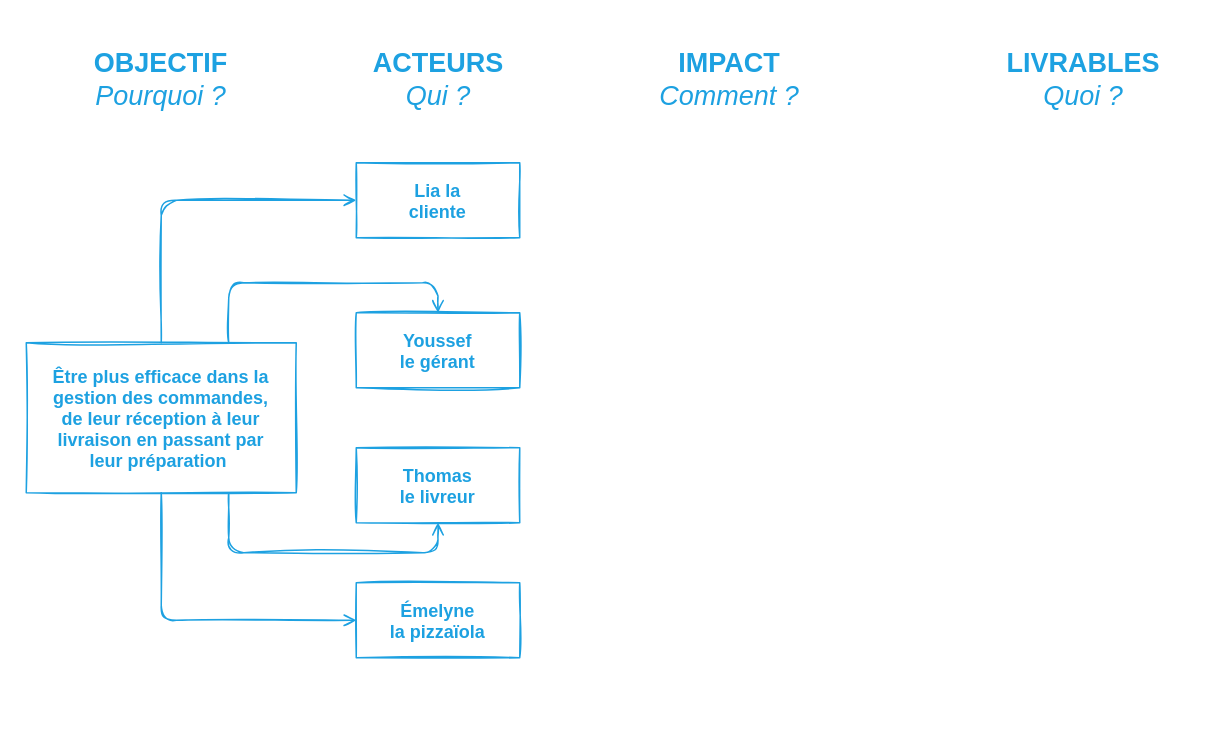
Earlier version of the draw.io diagram img/figure_impact-mapping.dio (centvingt/OCPizzaRedaction). Source tidied: cells renumbered, new cells numbered last; positions are measured from the earlier drawing's top-left corner, leaving out a move shared by most shapes. Both pictures are drawn from the tidied source at 150%, with x=0, y=0 at pixel (26, 42).
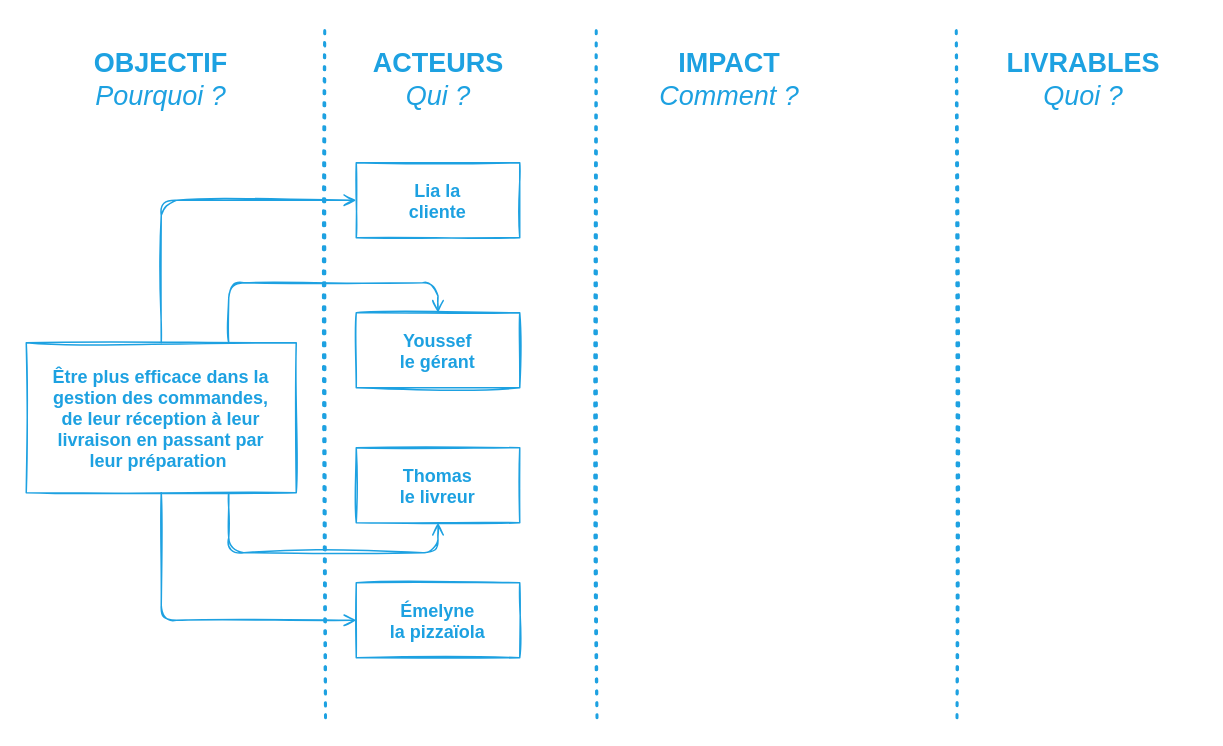
The same page after the edit.

Change to the diagram source:
```diff
@@
+    <mxCell id="15" style="endArrow=none;dashed=1;html=1;dashPattern=1 3;strokeWidth=2;strokeColor=#1DA1E1;sketch=1;" parent="1" edge="1">
+      <mxGeometry relative="1" as="geometry">
+        <mxPoint x="199.5" y="450" as="sourcePoint" />
+        <mxPoint x="199" y="-10" as="targetPoint" />
+      </mxGeometry>
+    </mxCell>
+    <mxCell id="16" style="endArrow=none;dashed=1;html=1;dashPattern=1 3;strokeWidth=2;strokeColor=#1DA1E1;sketch=1;" parent="1" edge="1">
+      <mxGeometry relative="1" as="geometry">
+        <mxPoint x="380.5" y="450" as="sourcePoint" />
+        <mxPoint x="380" y="-10" as="targetPoint" />
+      </mxGeometry>
+    </mxCell>
+    <mxCell id="17" style="endArrow=none;dashed=1;html=1;dashPattern=1 3;strokeWidth=2;strokeColor=#1DA1E1;sketch=1;" parent="1" edge="1">
+      <mxGeometry relative="1" as="geometry">
+        <mxPoint x="620.5" y="450" as="sourcePoint" />
+        <mxPoint x="620" y="-10" as="targetPoint" />
+      </mxGeometry>
+    </mxCell>
```
